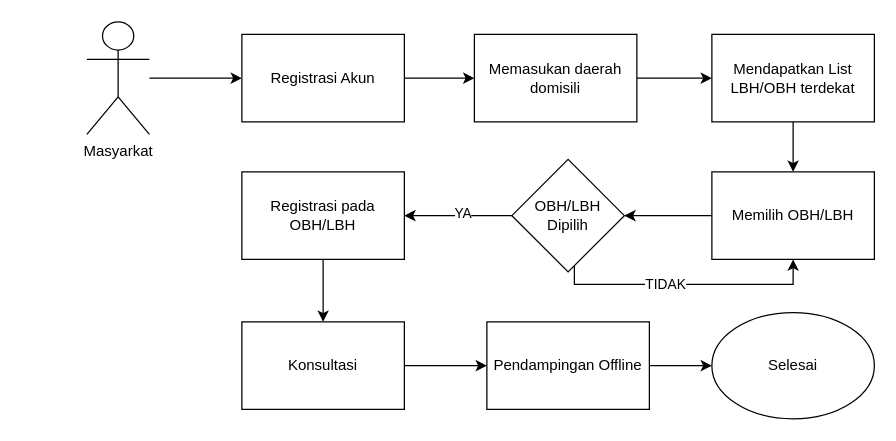
Earlier version of the draw.io diagram page "Halaman-2" (2 of 3) of Arsitektur-Model-PUI.drawio (naufalfirman23/FILE-DIAGRAM). Source tidied: cells renumbered, new cells numbered last; positions are measured from the earlier drawing's top-left corner, leaving out a move shared by most shapes. Both pictures are drawn from the tidied source at 125%, with x=0, y=0 at pixel (86, 21).
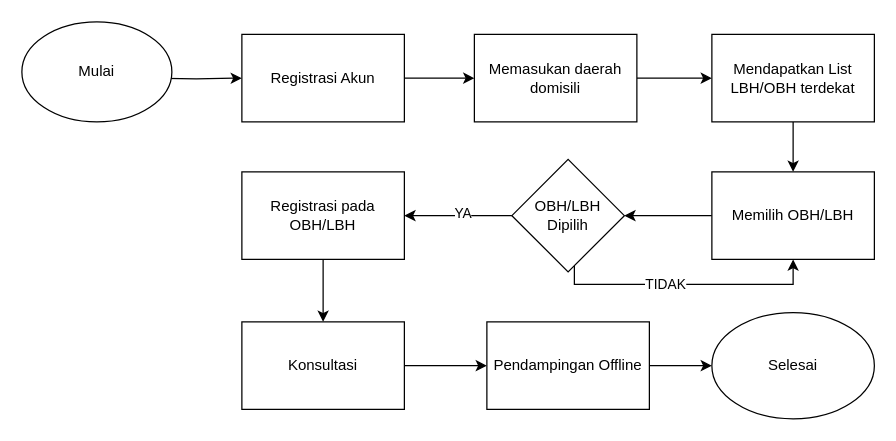
After the change.

The change refers to these unchanged cells:
```xml
<mxCell id="5" value="Registrasi Akun" style="rounded=0;whiteSpace=wrap;html=1;" parent="1" vertex="1">
  <mxGeometry x="124" y="10" width="130" height="70" as="geometry" />
</mxCell>
```

The edit, as a diff of the source:
```diff
@@
-    <mxCell id="2" style="edgeStyle=orthogonalEdgeStyle;rounded=0;jettySize=auto;html=1;entryX=0;entryY=0.5;entryDx=0;entryDy=0;" parent="1" edge="1" source="3" target="5">
-      <mxGeometry relative="1" as="geometry" />
+    <mxCell id="2" style="edgeStyle=orthogonalEdgeStyle;rounded=0;jettySize=auto;html=1;entryX=0;entryY=0.5;entryDx=0;entryDy=0;" parent="1" edge="1" target="5">
+      <mxGeometry relative="1" as="geometry">
+        <mxPoint x="50" y="45" as="sourcePoint" />
+      </mxGeometry>
     </mxCell>
-    <mxCell id="3" value="Masyarkat" style="shape=umlActor;verticalLabelPosition=bottom;verticalAlign=top;html=1;outlineConnect=0;" parent="1" vertex="1">
-      <mxGeometry width="50" height="90" as="geometry" />
-    </mxCell>
@@
+    <mxCell id="24" value="&lt;font face=&quot;Helvetica&quot;&gt;Mulai&lt;/font&gt;" style="ellipse;whiteSpace=wrap;html=1;hachureGap=4;fontFamily=Architects Daughter;shadow=0;" parent="1" vertex="1">
+      <mxGeometry x="-52" width="120" height="80" as="geometry" />
+    </mxCell>
```
